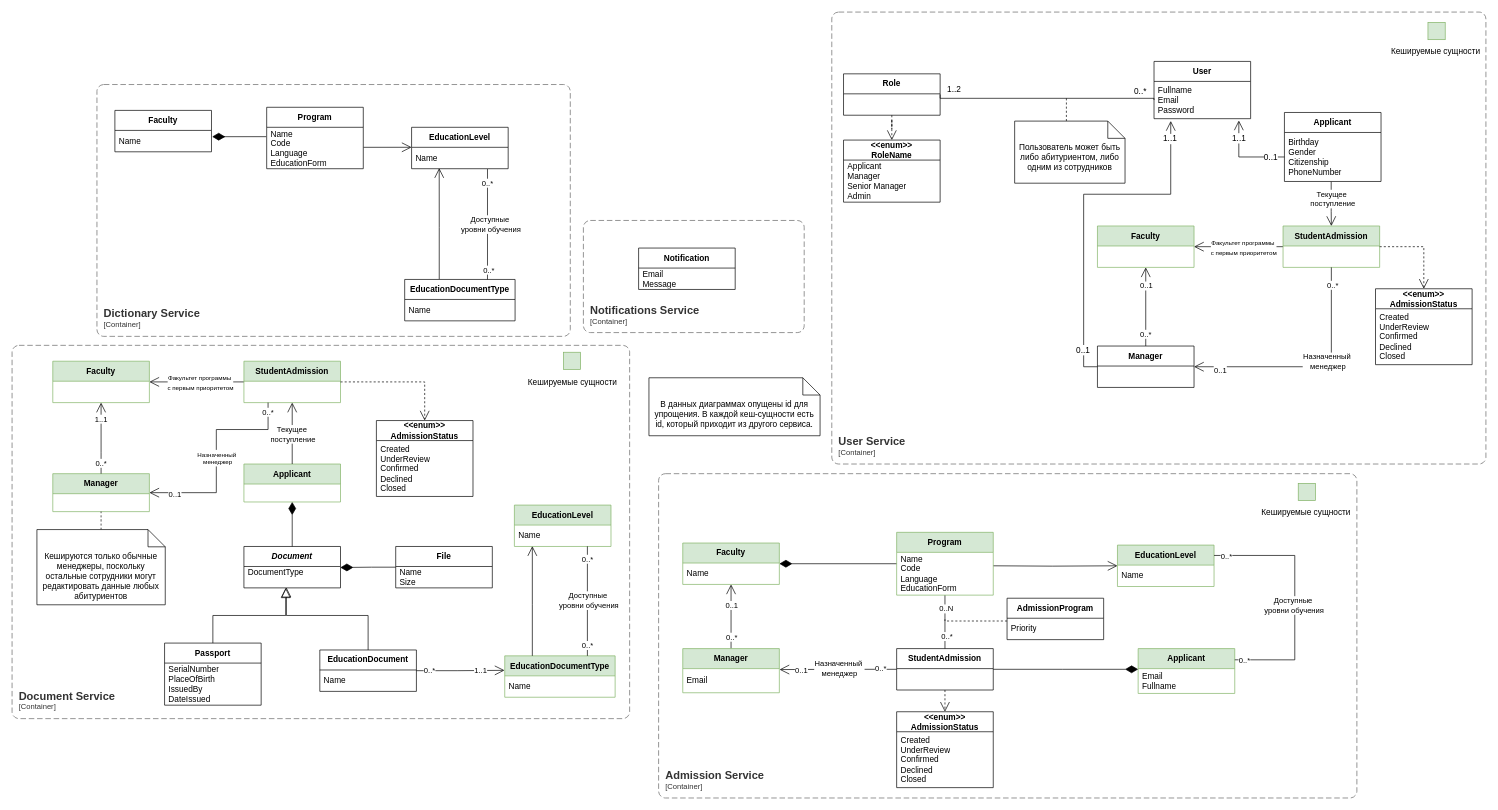
Before: page "Class diagram" (4 of 7) of AdmissionSystem.drawio.xml in kubavsop/UniversityAdmission, a draw.io diagram. Source tidied: cells renumbered, new cells numbered last; positions are measured from the earlier drawing's top-left corner, leaving out a move shared by most shapes. Both pictures are drawn from the tidied source at 69%, with x=0, y=0 at pixel (12, 12).
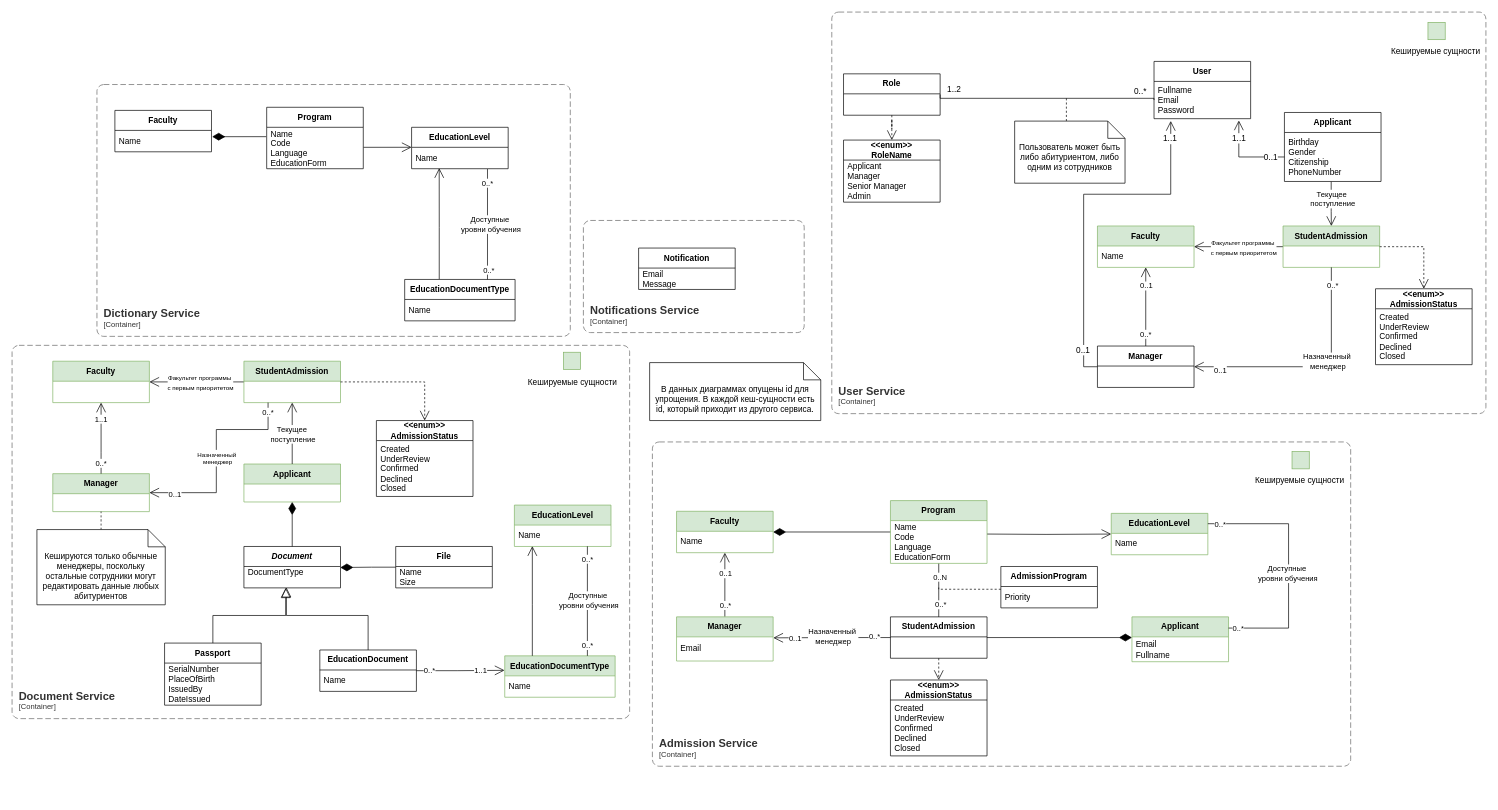
The same page after the edit.

The change refers to these unchanged cells:
```xml
<mxCell id="123" value="Faculty" style="swimlane;fontStyle=1;align=center;verticalAlign=middle;horizontal=1;startSize=29;html=1;whiteSpace=wrap;fillColor=#d5e8d4;strokeColor=#82b366;" parent="1" vertex="1">
  <mxGeometry x="1573" y="310" width="140" height="60" as="geometry" />
</mxCell>
```

Change to the diagram source:
```diff
@@
     <object id="3" label="&lt;font style=&quot;font-size: 16px&quot;&gt;&lt;b&gt;&lt;div style=&quot;text-align: left&quot;&gt;%c4Name%&lt;/div&gt;&lt;/b&gt;&lt;/font&gt;&lt;div style=&quot;text-align: left&quot;&gt;[%c4Application%]&lt;/div&gt;" c4Application="Container" c4Name="User Service" placeholders="1">
       <mxCell style="rounded=1;fontSize=11;whiteSpace=wrap;html=1;dashed=1;arcSize=20;fillColor=none;strokeColor=#666666;fontColor=#333333;labelBackgroundColor=none;align=left;verticalAlign=bottom;labelBorderColor=none;spacingTop=0;spacing=10;dashPattern=8 4;perimeter=rectanglePerimeter;noLabel=0;labelPadding=0;absoluteArcSize=1;" parent="1" vertex="1">
-        <mxGeometry x="1188" width="948" height="655" as="geometry" />
+        <mxGeometry x="1188" width="948" height="582" as="geometry" />
       </mxCell>
     </object>
@@
     <object id="5" label="&lt;font style=&quot;font-size: 16px&quot;&gt;&lt;b&gt;&lt;div style=&quot;text-align: left&quot;&gt;%c4Name%&lt;/div&gt;&lt;/b&gt;&lt;/font&gt;&lt;div style=&quot;text-align: left&quot;&gt;[%c4Application%]&lt;/div&gt;" c4Application="Container" c4Name="Admission Service" placeholders="1">
       <mxCell style="rounded=1;fontSize=11;whiteSpace=wrap;html=1;dashed=1;arcSize=20;fillColor=none;strokeColor=#666666;fontColor=#333333;labelBackgroundColor=none;align=left;verticalAlign=bottom;labelBorderColor=none;spacingTop=0;spacing=10;dashPattern=8 4;perimeter=rectanglePerimeter;noLabel=0;labelPadding=0;absoluteArcSize=1;" parent="1" vertex="1">
-        <mxGeometry x="937" y="669" width="1012" height="470" as="geometry" />
+        <mxGeometry x="928" y="623" width="1012" height="470" as="geometry" />
       </mxCell>
     </object>
@@
     <mxCell id="11" value="Applicant" style="swimlane;fontStyle=1;align=center;verticalAlign=middle;horizontal=1;startSize=29;html=1;whiteSpace=wrap;fillColor=#d5e8d4;strokeColor=#82b366;" parent="1" vertex="1">
-      <mxGeometry x="1632" y="922.5" width="140" height="65" as="geometry" />
+      <mxGeometry x="1623" y="876.5" width="140" height="65" as="geometry" />
     </mxCell>
@@
     <mxCell id="20" value="Manager" style="swimlane;fontStyle=1;align=center;verticalAlign=middle;horizontal=1;startSize=29;html=1;whiteSpace=wrap;fillColor=#d5e8d4;strokeColor=#82b366;" parent="1" vertex="1">
-      <mxGeometry x="972" y="922.5" width="140" height="64" as="geometry" />
+      <mxGeometry x="963" y="876.5" width="140" height="64" as="geometry" />
     </mxCell>
@@
     <mxCell id="29" style="edgeStyle=orthogonalEdgeStyle;rounded=0;jettySize=auto;html=1;exitX=0.5;exitY=1;exitDx=0;exitDy=0;entryX=0.5;entryY=0;entryDx=0;entryDy=0;endSize=12;endArrow=open;endFill=0;dashed=1;" parent="1" edge="1" source="30" target="48">
       <mxGeometry relative="1" as="geometry">
         <Array as="points">
-          <mxPoint x="1352" y="1002.5" />
-          <mxPoint x="1352" y="1002.5" />
+          <mxPoint x="1343" y="956.5" />
+          <mxPoint x="1343" y="956.5" />
         </Array>
       </mxGeometry>
     </mxCell>
     <mxCell id="30" value="StudentAdmission" style="swimlane;fontStyle=1;align=center;verticalAlign=middle;horizontal=1;startSize=29;html=1;whiteSpace=wrap;" parent="1" vertex="1">
-      <mxGeometry x="1282" y="922.5" width="140" height="60" as="geometry" />
+      <mxGeometry x="1273" y="876.5" width="140" height="60" as="geometry" />
     </mxCell>
     <mxCell id="31" style="edgeStyle=orthogonalEdgeStyle;rounded=0;jettySize=auto;html=1;endArrow=diamondThin;endFill=1;endSize=16;exitX=1;exitY=0.5;exitDx=0;exitDy=0;" parent="1" edge="1" source="30">
       <mxGeometry relative="1" as="geometry">
-        <mxPoint x="1632" y="952.5" as="targetPoint" />
+        <mxPoint x="1623" y="906.5" as="targetPoint" />
       </mxGeometry>
     </mxCell>
@@
     <mxCell id="34" value="Faculty" style="swimlane;fontStyle=1;align=center;verticalAlign=middle;horizontal=1;startSize=29;html=1;whiteSpace=wrap;fillColor=#d5e8d4;strokeColor=#82b366;" parent="1" vertex="1">
-      <mxGeometry x="972" y="769.5" width="140" height="60" as="geometry" />
+      <mxGeometry x="963" y="723.5" width="140" height="60" as="geometry" />
     </mxCell>
@@
     <mxCell id="40" style="edgeStyle=orthogonalEdgeStyle;rounded=0;jettySize=auto;html=1;endSize=12;endArrow=open;endFill=0;entryX=0;entryY=0.5;entryDx=0;entryDy=0;" parent="1" edge="1" target="43">
       <mxGeometry relative="1" as="geometry">
-        <mxPoint x="1422" y="802.5" as="sourcePoint" />
+        <mxPoint x="1413" y="756.5" as="sourcePoint" />
       </mxGeometry>
     </mxCell>
     <mxCell id="41" value="Program" style="swimlane;fontStyle=1;align=center;verticalAlign=middle;horizontal=1;startSize=29;html=1;whiteSpace=wrap;fillColor=#d5e8d4;strokeColor=#82b366;" parent="1" vertex="1">
-      <mxGeometry x="1282" y="754" width="140" height="91" as="geometry" />
+      <mxGeometry x="1273" y="708" width="140" height="91" as="geometry" />
     </mxCell>
@@
     <mxCell id="43" value="EducationLevel" style="swimlane;fontStyle=1;align=center;verticalAlign=middle;horizontal=1;startSize=29;html=1;whiteSpace=wrap;fillColor=#d5e8d4;strokeColor=#82b366;" parent="1" vertex="1">
-      <mxGeometry x="1602" y="772.5" width="140" height="60" as="geometry" />
+      <mxGeometry x="1593" y="726.5" width="140" height="60" as="geometry" />
     </mxCell>
@@
     <mxCell id="45" style="edgeStyle=orthogonalEdgeStyle;rounded=0;jettySize=auto;html=1;endArrow=none;endFill=0;dashed=1;" parent="1" edge="1" source="46">
       <mxGeometry relative="1" as="geometry">
-        <mxPoint x="1352" y="880" as="targetPoint" />
+        <mxPoint x="1343" y="834" as="targetPoint" />
         <Array as="points">
-          <mxPoint x="1352" y="882.5" />
+          <mxPoint x="1343" y="836.5" />
         </Array>
       </mxGeometry>
     </mxCell>
     <mxCell id="46" value="AdmissionProgram" style="swimlane;fontStyle=1;align=center;verticalAlign=middle;horizontal=1;startSize=29;html=1;whiteSpace=wrap;" parent="1" vertex="1">
-      <mxGeometry x="1442" y="849.5" width="140" height="60" as="geometry" />
+      <mxGeometry x="1433" y="803.5" width="140" height="60" as="geometry" />
     </mxCell>
@@
     <mxCell id="48" value="&amp;lt;&amp;lt;enum&amp;gt;&amp;gt;&lt;br&gt;AdmissionStatus" style="swimlane;fontStyle=1;align=center;verticalAlign=middle;horizontal=1;startSize=29;html=1;whiteSpace=wrap;" parent="1" vertex="1">
-      <mxGeometry x="1282" y="1014" width="140" height="110" as="geometry" />
+      <mxGeometry x="1273" y="968" width="140" height="110" as="geometry" />
     </mxCell>
@@
     <mxCell id="86" style="edgeStyle=orthogonalEdgeStyle;rounded=0;jettySize=auto;html=1;entryX=1;entryY=0.25;entryDx=0;entryDy=0;endArrow=none;endFill=0;exitX=1;exitY=0.25;exitDx=0;exitDy=0;" parent="1" edge="1" source="11" target="43">
       <mxGeometry relative="1" as="geometry">
         <Array as="points">
-          <mxPoint x="1859" y="939" />
-          <mxPoint x="1859" y="788" />
+          <mxPoint x="1850" y="893" />
+          <mxPoint x="1850" y="742" />
         </Array>
       </mxGeometry>
     </mxCell>
@@
     <mxCell id="116" style="rounded=0;whiteSpace=wrap;html=1;fillColor=#d5e8d4;strokeColor=#82b366;" parent="1" vertex="1">
-      <mxGeometry x="1864" y="683" width="25" height="25" as="geometry" />
+      <mxGeometry x="1855" y="637" width="25" height="25" as="geometry" />
     </mxCell>
     <mxCell id="117" value="Кешируемые сущности&lt;div&gt;&lt;br&gt;&lt;/div&gt;" style="text;html=1;align=center;verticalAlign=middle;strokeColor=none;fillColor=none;" parent="1" vertex="1">
-      <mxGeometry x="1801" y="711" width="147" height="41" as="geometry" />
+      <mxGeometry x="1792" y="665" width="147" height="41" as="geometry" />
     </mxCell>
@@
+    <mxCell id="145" value="Name" style="text;html=1;strokeColor=none;fillColor=none;align=left;verticalAlign=middle;spacingLeft=4;spacingRight=4;overflow=hidden;whiteSpace=wrap;" parent="123" vertex="1">
+      <mxGeometry y="29" width="140" height="31" as="geometry" />
+    </mxCell>
@@
     <mxCell id="143" value="В данных диаграммах опущены id для упрощения. В каждой кеш-сущности есть id, который приходит из другого сервиса." style="shape=note2;boundedLbl=1;whiteSpace=wrap;html=1;size=25;verticalAlign=top;align=center;" parent="1" vertex="1">
-      <mxGeometry x="923" y="530" width="248" height="84" as="geometry" />
+      <mxGeometry x="924" y="508" width="248" height="84" as="geometry" />
     </mxCell>
```
